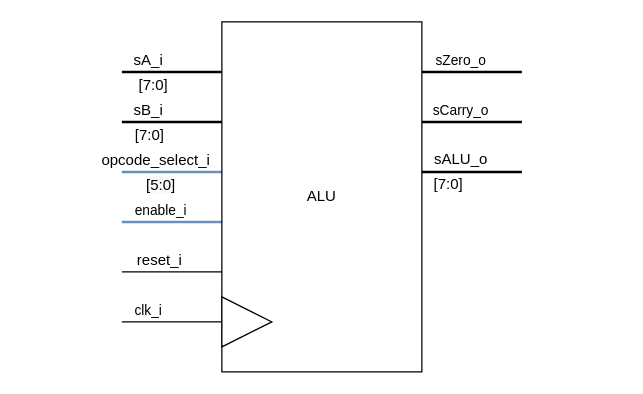
The draw.io diagram Blockbeschreibungen/ALU_beschreibung.drawio in graefjk/RO2, before the edit. Source tidied: cells renumbered, new cells numbered last; positions are measured from the earlier drawing's top-left corner, leaving out a move shared by most shapes. Both pictures are drawn from the tidied source at 125%, with x=0, y=0 at pixel (21, 21).
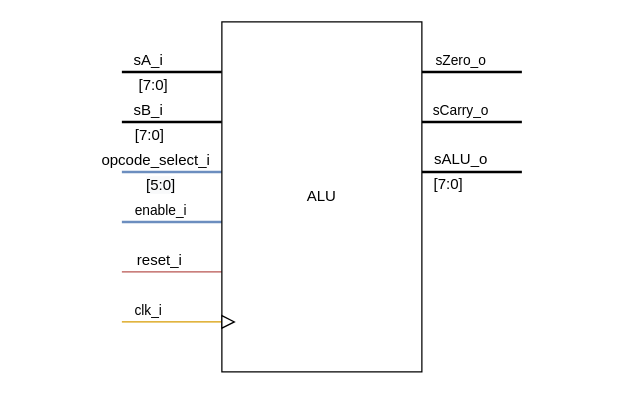
After the change.

Unchanged cells that the change refers to:
```xml
<mxCell id="24" value="ALU" style="rounded=0;whiteSpace=wrap;html=1;rotation=0;" parent="1" vertex="1">
  <mxGeometry x="160" width="160" height="280" as="geometry" />
</mxCell>
```

What changed in the source:
```diff
@@
-    <mxCell id="18" style="edgeStyle=orthogonalEdgeStyle;rounded=0;jettySize=auto;html=1;endArrow=none;endFill=0;strokeWidth=1;" parent="1" edge="1" source="24">
+    <mxCell id="18" style="edgeStyle=orthogonalEdgeStyle;rounded=0;jettySize=auto;html=1;endArrow=none;endFill=0;strokeWidth=1;fillColor=#f8cecc;strokeColor=#b85450;" parent="1" edge="1" source="24">
       <mxGeometry relative="1" as="geometry">
         <mxPoint x="80" y="200" as="targetPoint" />
         <Array as="points">
           <mxPoint x="140" y="200" />
           <mxPoint x="140" y="200" />
         </Array>
       </mxGeometry>
     </mxCell>
@@
-    <mxCell id="22" style="edgeStyle=orthogonalEdgeStyle;rounded=0;jettySize=auto;html=1;endArrow=none;endFill=0;" parent="1" edge="1" source="24">
+    <mxCell id="22" style="edgeStyle=orthogonalEdgeStyle;rounded=0;jettySize=auto;html=1;endArrow=none;endFill=0;fillColor=#ffe6cc;strokeColor=#d79b00;" parent="1" edge="1" source="24">
       <mxGeometry relative="1" as="geometry">
         <mxPoint x="80" y="240" as="targetPoint" />
         <Array as="points">
           <mxPoint x="140" y="240" />
           <mxPoint x="140" y="240" />
         </Array>
       </mxGeometry>
     </mxCell>
@@
     <mxCell id="25" style="triangle;whiteSpace=wrap;html=1;" parent="1" vertex="1">
-      <mxGeometry x="160" y="220" width="40" height="40" as="geometry" />
+      <mxGeometry x="160" y="235" width="10" height="10" as="geometry" />
     </mxCell>
```
